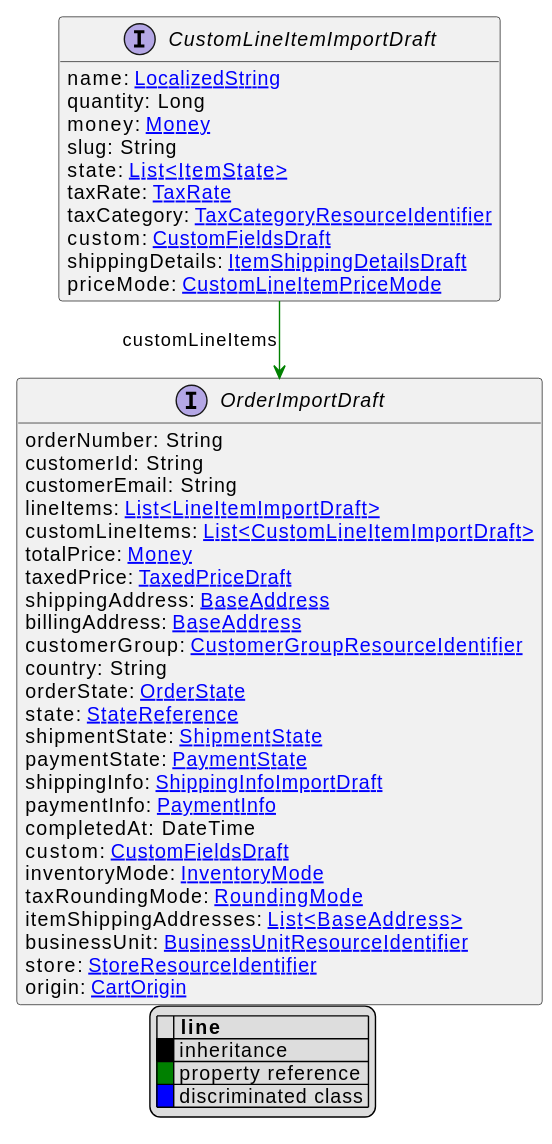
commercetools/commercetools-api-reference keeps this PlantUML diagram as uml/api/svg/CustomLineItemImportDraft.svg. Above is the earlier version. Its diagram source:
```plantuml
@startuml
!pragma layout elk
hide empty fields
hide empty methods
legend
|= |= line |
|<back:black>   </back>| inheritance |
|<back:green>   </back>| property reference |
|<back:blue>   </back>| discriminated class |
endlegend
interface CustomLineItemImportDraft [[CustomLineItemImportDraft.svg]]  {
    name: [[LocalizedString.svg LocalizedString]]
    quantity: Long
    money: [[Money.svg Money]]
    slug: String
    state: [[ItemState.svg List<ItemState>]]
    taxRate: [[TaxRate.svg TaxRate]]
    taxCategory: [[TaxCategoryResourceIdentifier.svg TaxCategoryResourceIdentifier]]
    custom: [[CustomFieldsDraft.svg CustomFieldsDraft]]
    shippingDetails: [[ItemShippingDetailsDraft.svg ItemShippingDetailsDraft]]
    priceMode: [[CustomLineItemPriceMode.svg CustomLineItemPriceMode]]
}



interface OrderImportDraft [[OrderImportDraft.svg]]  {
    orderNumber: String
    customerId: String
    customerEmail: String
    lineItems: [[LineItemImportDraft.svg List<LineItemImportDraft>]]
    customLineItems: [[CustomLineItemImportDraft.svg List<CustomLineItemImportDraft>]]
    totalPrice: [[Money.svg Money]]
    taxedPrice: [[TaxedPriceDraft.svg TaxedPriceDraft]]
    shippingAddress: [[BaseAddress.svg BaseAddress]]
    billingAddress: [[BaseAddress.svg BaseAddress]]
    customerGroup: [[CustomerGroupResourceIdentifier.svg CustomerGroupResourceIdentifier]]
    country: String
    orderState: [[OrderState.svg OrderState]]
    state: [[StateReference.svg StateReference]]
    shipmentState: [[ShipmentState.svg ShipmentState]]
    paymentState: [[PaymentState.svg PaymentState]]
    shippingInfo: [[ShippingInfoImportDraft.svg ShippingInfoImportDraft]]
    paymentInfo: [[PaymentInfo.svg PaymentInfo]]
    completedAt: DateTime
    custom: [[CustomFieldsDraft.svg CustomFieldsDraft]]
    inventoryMode: [[InventoryMode.svg InventoryMode]]
    taxRoundingMode: [[RoundingMode.svg RoundingMode]]
    itemShippingAddresses: [[BaseAddress.svg List<BaseAddress>]]
    businessUnit: [[BusinessUnitResourceIdentifier.svg BusinessUnitResourceIdentifier]]
    store: [[StoreResourceIdentifier.svg StoreResourceIdentifier]]
    origin: [[CartOrigin.svg CartOrigin]]
}

CustomLineItemImportDraft --> OrderImportDraft #green;text:green : "customLineItems"
@enduml
```
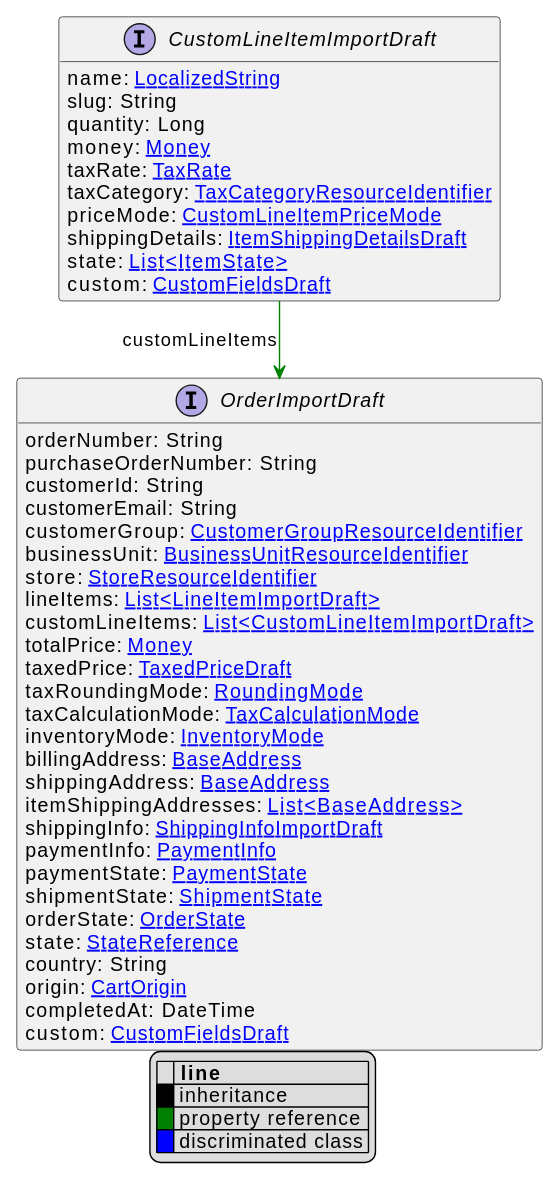
The same file after the commit.

The edit, as a diff of the source:
```diff
@@ -10,45 +10,47 @@
 endlegend
 interface CustomLineItemImportDraft [[CustomLineItemImportDraft.svg]]  {
     name: [[LocalizedString.svg LocalizedString]]
+    slug: String
     quantity: Long
     money: [[Money.svg Money]]
-    slug: String
-    state: [[ItemState.svg List<ItemState>]]
     taxRate: [[TaxRate.svg TaxRate]]
     taxCategory: [[TaxCategoryResourceIdentifier.svg TaxCategoryResourceIdentifier]]
+    priceMode: [[CustomLineItemPriceMode.svg CustomLineItemPriceMode]]
+    shippingDetails: [[ItemShippingDetailsDraft.svg ItemShippingDetailsDraft]]
+    state: [[ItemState.svg List<ItemState>]]
     custom: [[CustomFieldsDraft.svg CustomFieldsDraft]]
-    shippingDetails: [[ItemShippingDetailsDraft.svg ItemShippingDetailsDraft]]
-    priceMode: [[CustomLineItemPriceMode.svg CustomLineItemPriceMode]]
 }
 
 
 
 interface OrderImportDraft [[OrderImportDraft.svg]]  {
     orderNumber: String
+    purchaseOrderNumber: String
     customerId: String
     customerEmail: String
+    customerGroup: [[CustomerGroupResourceIdentifier.svg CustomerGroupResourceIdentifier]]
+    businessUnit: [[BusinessUnitResourceIdentifier.svg BusinessUnitResourceIdentifier]]
+    store: [[StoreResourceIdentifier.svg StoreResourceIdentifier]]
     lineItems: [[LineItemImportDraft.svg List<LineItemImportDraft>]]
     customLineItems: [[CustomLineItemImportDraft.svg List<CustomLineItemImportDraft>]]
     totalPrice: [[Money.svg Money]]
     taxedPrice: [[TaxedPriceDraft.svg TaxedPriceDraft]]
+    taxRoundingMode: [[RoundingMode.svg RoundingMode]]
+    taxCalculationMode: [[TaxCalculationMode.svg TaxCalculationMode]]
+    inventoryMode: [[InventoryMode.svg InventoryMode]]
+    billingAddress: [[BaseAddress.svg BaseAddress]]
     shippingAddress: [[BaseAddress.svg BaseAddress]]
-    billingAddress: [[BaseAddress.svg BaseAddress]]
-    customerGroup: [[CustomerGroupResourceIdentifier.svg CustomerGroupResourceIdentifier]]
-    country: String
+    itemShippingAddresses: [[BaseAddress.svg List<BaseAddress>]]
+    shippingInfo: [[ShippingInfoImportDraft.svg ShippingInfoImportDraft]]
+    paymentInfo: [[PaymentInfo.svg PaymentInfo]]
+    paymentState: [[PaymentState.svg PaymentState]]
+    shipmentState: [[ShipmentState.svg ShipmentState]]
     orderState: [[OrderState.svg OrderState]]
     state: [[StateReference.svg StateReference]]
-    shipmentState: [[ShipmentState.svg ShipmentState]]
-    paymentState: [[PaymentState.svg PaymentState]]
-    shippingInfo: [[ShippingInfoImportDraft.svg ShippingInfoImportDraft]]
-    paymentInfo: [[PaymentInfo.svg PaymentInfo]]
+    country: String
+    origin: [[CartOrigin.svg CartOrigin]]
     completedAt: DateTime
     custom: [[CustomFieldsDraft.svg CustomFieldsDraft]]
-    inventoryMode: [[InventoryMode.svg InventoryMode]]
-    taxRoundingMode: [[RoundingMode.svg RoundingMode]]
-    itemShippingAddresses: [[BaseAddress.svg List<BaseAddress>]]
-    businessUnit: [[BusinessUnitResourceIdentifier.svg BusinessUnitResourceIdentifier]]
-    store: [[StoreResourceIdentifier.svg StoreResourceIdentifier]]
-    origin: [[CartOrigin.svg CartOrigin]]
 }
 
 CustomLineItemImportDraft --> OrderImportDraft #green;text:green : "customLineItems"
```
